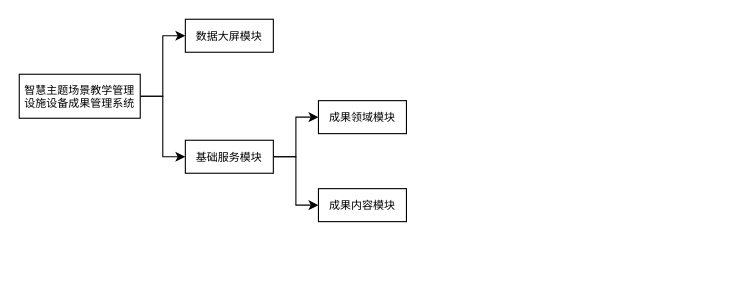
chuchenzhang/flowchart keeps this draw.io diagram as charts/未命名绘图.drawio. Above is the earlier version. Source tidied: cells renumbered, new cells numbered last; positions are measured from the earlier drawing's top-left corner, leaving out a move shared by most shapes. Both pictures are drawn from the tidied source at 110%, with x=0, y=0 at pixel (19, 19).
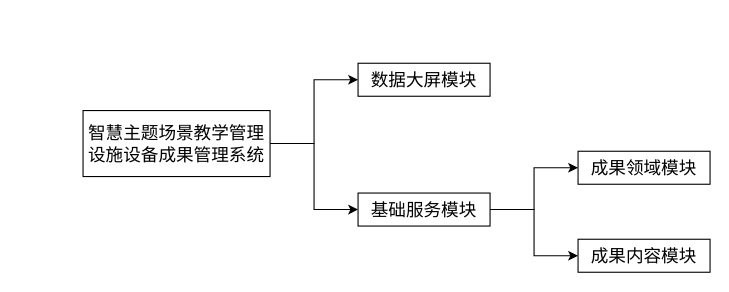
The same diagram, later.

Commit message:
更新未命名绘图.drawio

The edit, as a diff of the source:
```diff
@@
 <mxGraphModel>
   <root>
     <mxCell id="0" />
     <mxCell id="1" parent="0" />
     <mxCell id="2" style="edgeStyle=orthogonalEdgeStyle;rounded=0;jettySize=auto;html=1;exitX=1;exitY=0.5;exitDx=0;exitDy=0;entryX=0;entryY=0.5;entryDx=0;entryDy=0;" parent="1" edge="1" source="4" target="5">
       <mxGeometry relative="1" as="geometry" />
     </mxCell>
     <mxCell id="3" style="edgeStyle=orthogonalEdgeStyle;rounded=0;jettySize=auto;html=1;exitX=1;exitY=0.5;exitDx=0;exitDy=0;entryX=0;entryY=0.5;entryDx=0;entryDy=0;" parent="1" edge="1" source="4" target="8">
       <mxGeometry relative="1" as="geometry" />
     </mxCell>
-    <mxCell id="4" value="&lt;span style=&quot;font-family: 宋体; font-size: 10px;&quot;&gt;&lt;font style=&quot;font-size: 10px;&quot;&gt;智慧主题场景教学管理设施设备成果管理系统&lt;/font&gt;&lt;/span&gt;" style="rounded=0;whiteSpace=wrap;html=1;fontSize=10;" parent="1" vertex="1">
-      <mxGeometry y="50" width="110" height="40" as="geometry" />
+    <mxCell id="4" value="&lt;span style=&quot;font-family: 宋体;&quot;&gt;&lt;font style=&quot;font-size: 16px;&quot;&gt;智慧主题场景教学管理设施设备成果管理系统&lt;/font&gt;&lt;/span&gt;" style="rounded=0;whiteSpace=wrap;html=1;fontSize=10;" parent="1" vertex="1">
+      <mxGeometry x="58" y="83" width="170" height="60" as="geometry" />
     </mxCell>
-    <mxCell id="5" value="&lt;span style=&quot;font-family: 宋体; font-size: 10px;&quot;&gt;&lt;font style=&quot;font-size: 10px;&quot;&gt;数据大屏模块&lt;/font&gt;&lt;/span&gt;" style="rounded=0;whiteSpace=wrap;html=1;fontSize=10;" parent="1" vertex="1">
-      <mxGeometry x="151" width="80" height="30" as="geometry" />
+    <mxCell id="5" value="&lt;span style=&quot;font-family: 宋体; font-size: 16px;&quot;&gt;&lt;font style=&quot;font-size: 16px;&quot;&gt;数据大屏模块&lt;/font&gt;&lt;/span&gt;" style="rounded=0;whiteSpace=wrap;html=1;fontSize=16;" parent="1" vertex="1">
+      <mxGeometry x="308" y="40" width="120" height="30" as="geometry" />
     </mxCell>
     <mxCell id="6" style="edgeStyle=orthogonalEdgeStyle;rounded=0;jettySize=auto;html=1;exitX=1;exitY=0.5;exitDx=0;exitDy=0;entryX=0;entryY=0.5;entryDx=0;entryDy=0;" parent="1" edge="1" source="8" target="9">
       <mxGeometry relative="1" as="geometry" />
     </mxCell>
     <mxCell id="7" style="edgeStyle=orthogonalEdgeStyle;rounded=0;jettySize=auto;html=1;exitX=1;exitY=0.5;exitDx=0;exitDy=0;entryX=0;entryY=0.5;entryDx=0;entryDy=0;" parent="1" edge="1" source="8" target="10">
       <mxGeometry relative="1" as="geometry" />
     </mxCell>
-    <mxCell id="8" value="&lt;span style=&quot;font-family: 宋体; font-size: 10px;&quot;&gt;&lt;font style=&quot;font-size: 10px;&quot;&gt;基础服务模块&lt;/font&gt;&lt;/span&gt;" style="rounded=0;whiteSpace=wrap;html=1;fontSize=10;" parent="1" vertex="1">
-      <mxGeometry x="151" y="110" width="80" height="30" as="geometry" />
+    <mxCell id="8" value="&lt;span style=&quot;font-family: 宋体; font-size: 16px;&quot;&gt;&lt;font style=&quot;font-size: 16px;&quot;&gt;基础服务模块&lt;/font&gt;&lt;/span&gt;" style="rounded=0;whiteSpace=wrap;html=1;fontSize=16;" parent="1" vertex="1">
+      <mxGeometry x="308" y="158" width="120" height="30" as="geometry" />
     </mxCell>
+    <mxCell id="10" value="&lt;span style=&quot;font-family: 宋体; font-size: 16px;&quot;&gt;&lt;font style=&quot;font-size: 16px;&quot;&gt;成果内容模块&lt;/font&gt;&lt;/span&gt;" style="rounded=0;whiteSpace=wrap;html=1;fontSize=16;" parent="1" vertex="1">
+      <mxGeometry x="508" y="200" width="120" height="30" as="geometry" />
+    </mxCell>
-    <mxCell id="9" value="&lt;span style=&quot;font-family: 宋体; font-size: 10px;&quot;&gt;&lt;font style=&quot;font-size: 10px;&quot;&gt;成果领域模块&lt;/font&gt;&lt;/span&gt;" style="rounded=0;whiteSpace=wrap;html=1;fontSize=10;" parent="1" vertex="1">
-      <mxGeometry x="272" y="74" width="80" height="30" as="geometry" />
+    <mxCell id="9" value="&lt;span style=&quot;font-family: 宋体; font-size: 16px;&quot;&gt;&lt;font style=&quot;font-size: 16px;&quot;&gt;成果领域模块&lt;/font&gt;&lt;/span&gt;" style="rounded=0;whiteSpace=wrap;html=1;fontSize=16;" parent="1" vertex="1">
+      <mxGeometry x="508" y="120" width="120" height="30" as="geometry" />
     </mxCell>
-    <mxCell id="10" value="&lt;span style=&quot;font-family: 宋体; font-size: 10px;&quot;&gt;&lt;font style=&quot;font-size: 10px;&quot;&gt;成果内容模块&lt;/font&gt;&lt;/span&gt;" style="rounded=0;whiteSpace=wrap;html=1;fontSize=10;" parent="1" vertex="1">
-      <mxGeometry x="272" y="154" width="80" height="30" as="geometry" />
-    </mxCell>
   </root>
 </mxGraphModel>
```
